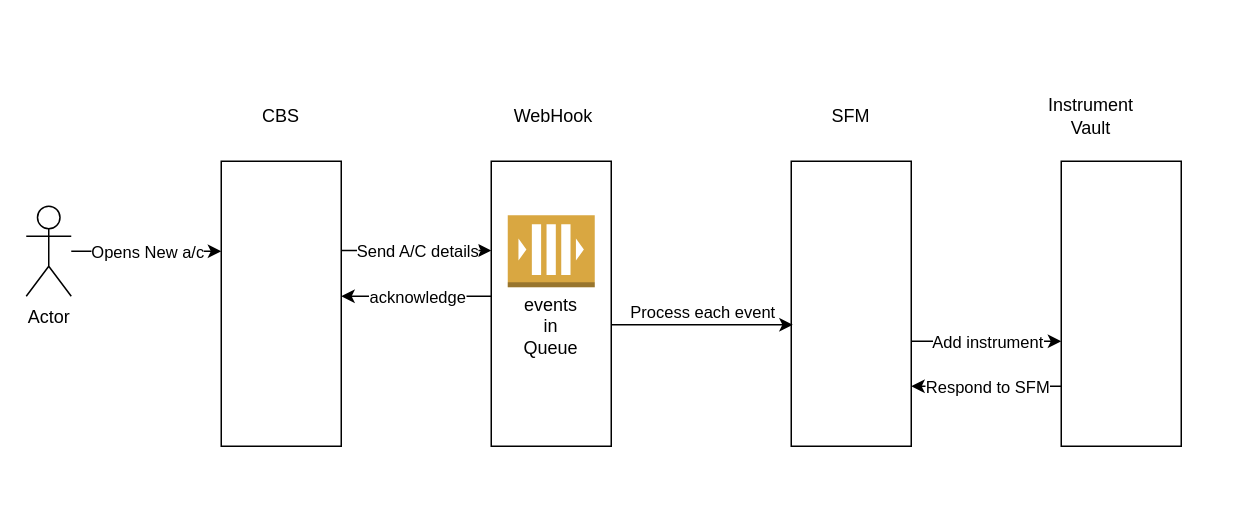
Earlier version of the draw.io diagram src/main/resources/static/offline account sync.drawio (damodaram/simpleNotes). Source tidied: cells renumbered, new cells numbered last; positions are measured from the earlier drawing's top-left corner, leaving out a move shared by most shapes. Both pictures are drawn from the tidied source at 150%, with x=0, y=0 at pixel (26, 100).
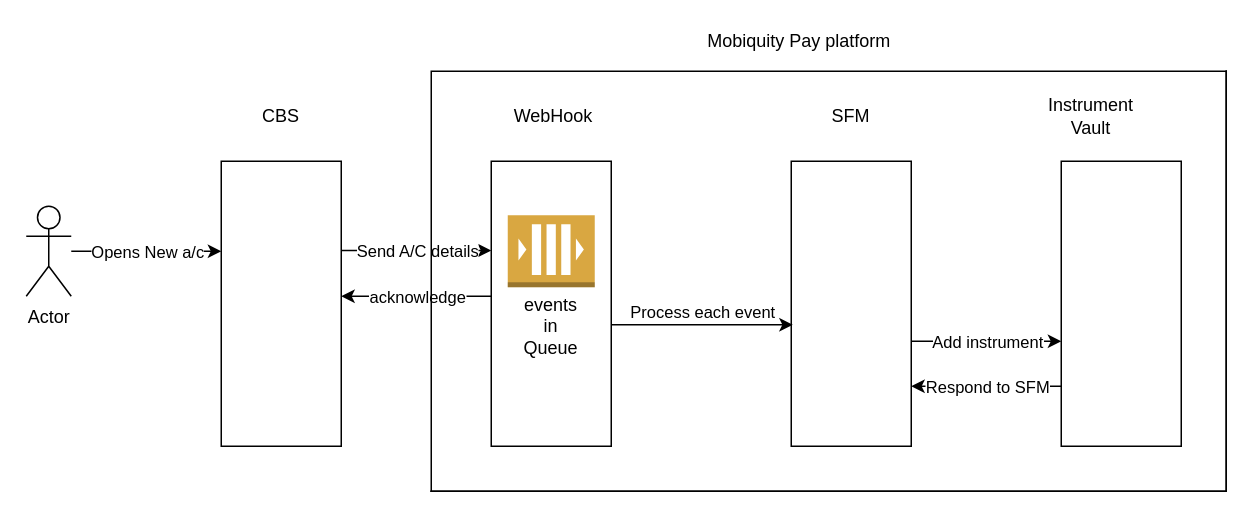
The same page after the edit.

Change to the diagram source:
```diff
@@
+    <mxCell id="25" style="shape=partialRectangle;whiteSpace=wrap;html=1;bottom=0;right=0;fillColor=none;" parent="1" vertex="1">
+      <mxGeometry x="270" y="-20" width="530" height="280" as="geometry" />
+    </mxCell>
+    <mxCell id="26" style="shape=partialRectangle;whiteSpace=wrap;html=1;top=0;left=0;fillColor=none;" parent="1" vertex="1">
+      <mxGeometry x="270" y="-20" width="530" height="280" as="geometry" />
+    </mxCell>
+    <mxCell id="27" value="Mobiquity Pay platform" style="text;html=1;strokeColor=none;fillColor=none;align=center;verticalAlign=middle;whiteSpace=wrap;rounded=0;" parent="1" vertex="1">
+      <mxGeometry x="441" y="-50" width="149" height="20" as="geometry" />
+    </mxCell>
+    <mxCell id="28" style="shape=partialRectangle;whiteSpace=wrap;html=1;top=0;left=0;fillColor=none;" parent="1" vertex="1">
+      <mxGeometry x="270" y="-20" width="530" height="280" as="geometry" />
+    </mxCell>
```
